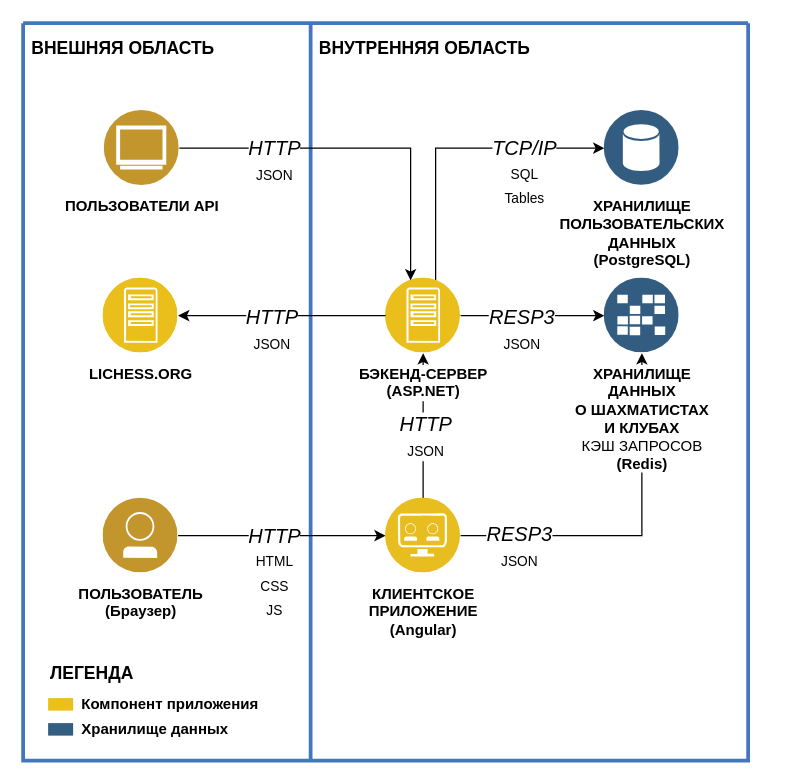
Above: page "Page-1" (1 of 3) of docs/arch.drawio in AleksanderNekr/LichessAnalyzer (draw.io), before the change. Source tidied: cells renumbered, new cells numbered last; positions are measured from the earlier drawing's top-left corner, leaving out a move shared by most shapes. Both pictures are drawn from the tidied source at 125%, with x=0, y=0 at pixel (22, 22).
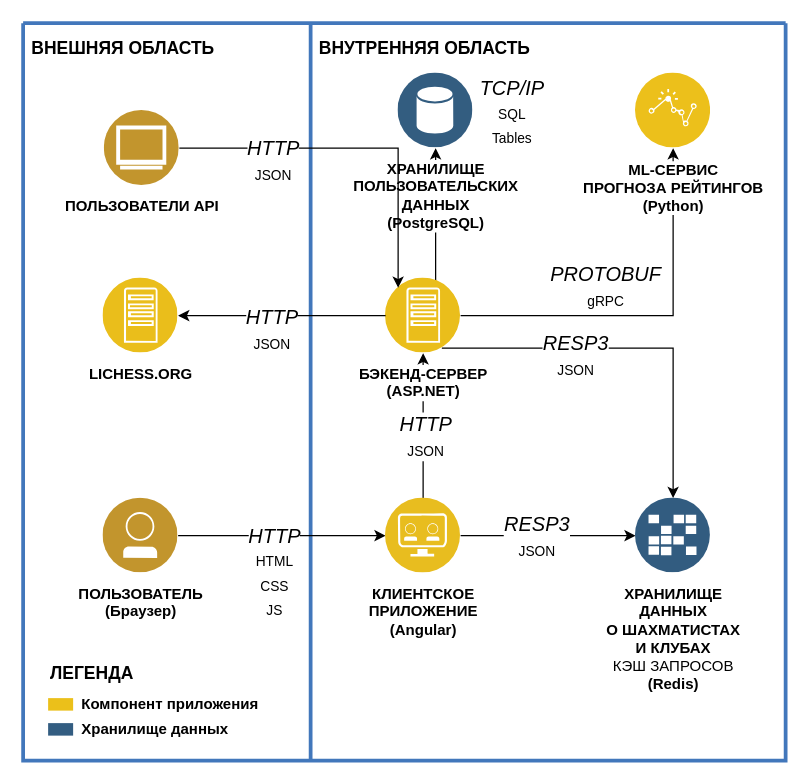
Above is the later version.

Unchanged cells that the change refers to:
```xml
<mxCell id="15" style="edgeStyle=orthogonalEdgeStyle;rounded=0;jettySize=auto;html=1;fontColor=default;fontStyle=1;" parent="2" edge="1" target="25">
  <mxGeometry relative="1" as="geometry">
    <mxPoint x="320" y="207" as="sourcePoint" />
    <Array as="points">
      <mxPoint x="330" y="207" />
      <mxPoint x="330" y="100" />
    </Array>
  </mxGeometry>
</mxCell>
<mxCell id="17" value="БЭКЕНД-СЕРВЕР&lt;br&gt;(ASP.NET)" style="image;perimeter=ellipsePerimeter;html=1;align=center;shadow=0;dashed=0;fontColor=default;labelBackgroundColor=default;fontSize=12;spacingTop=3;image=img/lib/ibm/applications/app_server.svg;fontStyle=1;" parent="2" vertex="1">
  <mxGeometry x="290" y="204" width="60" height="60" as="geometry" />
</mxCell>
<mxCell id="18" style="edgeStyle=orthogonalEdgeStyle;rounded=0;jettySize=auto;html=1;fontColor=default;fontStyle=1;" parent="2" edge="1" source="20" target="23">
  <mxGeometry relative="1" as="geometry" />
</mxCell>
<mxCell id="29" value="ПОЛЬЗОВАТЕЛИ API" style="image;perimeter=ellipsePerimeter;html=1;align=center;shadow=0;dashed=0;fontColor=#000000;labelBackgroundColor=default;fontSize=12;spacingTop=3;image=img/lib/ibm/users/browser.svg;fontStyle=1;" parent="2" vertex="1">
  <mxGeometry x="65" y="70" width="60" height="60" as="geometry" />
</mxCell>
```

Diff of the diagram source:
```diff
@@
-    <mxCell id="2" style="swimlane;shadow=0;strokeColor=#4277BB;fillColor=#ffffff;fontColor=default;align=right;startSize=0;strokeWidth=3;fontStyle=1;" parent="1" vertex="1">
-      <mxGeometry width="580" height="590" as="geometry" />
+    <mxCell id="2" style="swimlane;shadow=0;strokeColor=#4277BB;fillColor=#ffffff;fontColor=default;align=center;startSize=0;strokeWidth=3;fontStyle=1;" parent="1" vertex="1">
+      <mxGeometry width="610" height="590" as="geometry" />
     </mxCell>
@@
     <mxCell id="16" value="TCP/IP&lt;br&gt;&lt;span style=&quot;font-style: normal;&quot;&gt;&lt;font style=&quot;font-size: 11px;&quot;&gt;SQL&lt;br&gt;Tables&lt;br&gt;&lt;/font&gt;&lt;/span&gt;" style="edgeLabel;html=1;align=center;verticalAlign=middle;fontSize=16;fontStyle=2;labelBackgroundColor=default;" parent="15" vertex="1">
       <mxGeometry x="0.33" y="-3" relative="1" as="geometry">
-        <mxPoint x="19" y="15" as="offset" />
+        <mxPoint x="57" y="-69" as="offset" />
       </mxGeometry>
     </mxCell>
+    <mxCell id="30" value="PROTOBUF&lt;br&gt;&lt;span style=&quot;font-style: normal;&quot;&gt;&lt;font style=&quot;font-size: 11px;&quot;&gt;gRPC&lt;br&gt;&lt;/font&gt;&lt;/span&gt;" style="edgeLabel;html=1;align=center;verticalAlign=middle;fontSize=16;fontStyle=2;labelBackgroundColor=default;" parent="15" vertex="1">
+      <mxGeometry x="0.33" y="-3" relative="1" as="geometry">
+        <mxPoint x="132" y="71" as="offset" />
+      </mxGeometry>
+    </mxCell>
+    <mxCell id="31" style="edgeStyle=orthogonalEdgeStyle;rounded=0;jettySize=auto;html=1;entryX=0.5;entryY=1;entryDx=0;entryDy=0;" parent="2" edge="1" source="17" target="32">
+      <mxGeometry relative="1" as="geometry" />
+    </mxCell>
@@
     <mxCell id="19" value="RESP3&lt;br&gt;&lt;span style=&quot;font-style: normal;&quot;&gt;&lt;font style=&quot;font-size: 11px;&quot;&gt;JSON&lt;/font&gt;&lt;/span&gt;" style="edgeLabel;html=1;align=center;verticalAlign=middle;fontSize=16;fontStyle=2;" parent="18" vertex="1">
       <mxGeometry x="0.16" y="1" relative="1" as="geometry">
-        <mxPoint x="-98" y="32" as="offset" />
+        <mxPoint x="-21" y="1" as="offset" />
       </mxGeometry>
     </mxCell>
@@
     <mxCell id="23" value="ХРАНИЛИЩЕ&lt;br&gt;ДАННЫХ&lt;br&gt;О ШАХМАТИСТАХ&lt;br&gt;И КЛУБАХ&lt;br&gt;&lt;span style=&quot;font-weight: normal;&quot;&gt;КЭШ ЗАПРОСОВ&lt;/span&gt;&lt;br&gt;(Redis)" style="image;perimeter=ellipsePerimeter;html=1;align=center;shadow=0;dashed=0;fontColor=default;labelBackgroundColor=default;fontSize=12;spacingTop=3;image=img/lib/ibm/data/caches.svg;fontStyle=1;" parent="2" vertex="1">
-      <mxGeometry x="465" y="204" width="60" height="60" as="geometry" />
+      <mxGeometry x="490" y="380" width="60" height="60" as="geometry" />
     </mxCell>
     <mxCell id="24" style="rounded=0;jettySize=auto;html=1;edgeStyle=orthogonalEdgeStyle;fontColor=default;fontStyle=1;" parent="2" edge="1" source="17" target="23">
       <mxGeometry relative="1" as="geometry">
         <Array as="points">
-          <mxPoint x="400" y="234" />
-          <mxPoint x="400" y="234" />
+          <mxPoint x="520" y="260" />
         </Array>
       </mxGeometry>
     </mxCell>
     <mxCell id="25" value="ХРАНИЛИЩЕ&lt;br&gt;ПОЛЬЗОВАТЕЛЬСКИХ&lt;br&gt;ДАННЫХ&lt;br&gt;(PostgreSQL)" style="image;perimeter=ellipsePerimeter;html=1;align=center;shadow=0;dashed=0;fontColor=default;labelBackgroundColor=default;fontSize=12;spacingTop=3;image=img/lib/ibm/data/data_services.svg;fontStyle=1;" parent="2" vertex="1">
-      <mxGeometry x="465" y="70" width="60" height="60" as="geometry" />
+      <mxGeometry x="300" y="40" width="60" height="60" as="geometry" />
     </mxCell>
     <mxCell id="26" style="edgeStyle=orthogonalEdgeStyle;rounded=0;jettySize=auto;html=1;" parent="2" edge="1" source="29" target="17">
       <mxGeometry relative="1" as="geometry">
         <Array as="points">
-          <mxPoint x="310" y="100" />
+          <mxPoint x="300" y="100" />
         </Array>
       </mxGeometry>
     </mxCell>
@@
     <mxCell id="28" value="RESP3&lt;br&gt;&lt;span style=&quot;font-style: normal;&quot;&gt;&lt;font style=&quot;font-size: 11px;&quot;&gt;JSON&lt;/font&gt;&lt;/span&gt;" style="edgeLabel;html=1;align=center;verticalAlign=middle;fontSize=16;fontStyle=2;" parent="2" vertex="1">
       <mxGeometry x="400" y="243" as="geometry">
-        <mxPoint x="-2" y="1" as="offset" />
+        <mxPoint x="41" y="22" as="offset" />
       </mxGeometry>
     </mxCell>
@@
+    <mxCell id="32" value="ML-СЕРВИС&lt;br&gt;ПРОГНОЗА РЕЙТИНГОВ&lt;br&gt;(Python)" style="image;perimeter=ellipsePerimeter;html=1;align=center;shadow=0;dashed=0;fontColor=default;labelBackgroundColor=default;fontSize=12;spacingTop=3;image=img/lib/ibm/applications/actionable_insight.svg;verticalAlign=middle;fillColor=#ffffff;strokeColor=#4277BB;fontStyle=1;startSize=0;strokeWidth=3;" parent="2" vertex="1">
+      <mxGeometry x="490" y="40" width="60" height="60" as="geometry" />
+    </mxCell>
```
